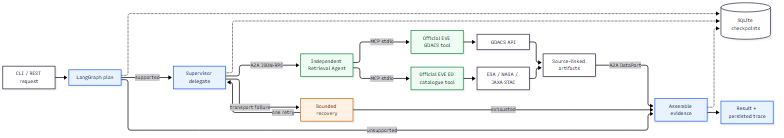
This is docs/architecture.png from YunongDai2005/eve-agent-delegation-mvp, a Mermaid export, as it was before one commit. Its source is kept beside it as docs/architecture.mmd.
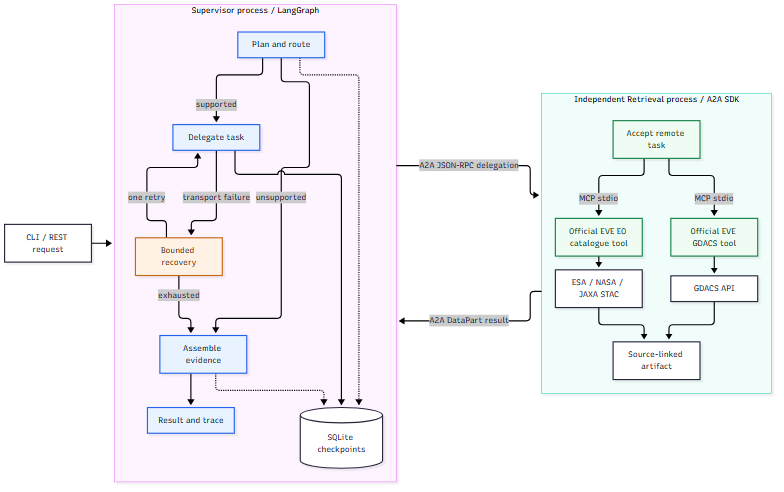
Above is the later version.

The edit, as a diff of the source:
```diff
@@ -1,5 +1,11 @@
+---
+config:
+  flowchart:
+    nodeSpacing: 24
+    rankSpacing: 30
+---
 flowchart LR
-  user[CLI / REST request] --> plan
+  user[CLI / REST request] --> supervisor
   subgraph supervisor[Supervisor process / LangGraph]
     direction TB
     plan[Plan and route] -->|supported| delegate[Delegate task]
@@ -21,8 +27,8 @@
     disasters --> evidence[Source-linked artifact]
     catalogue --> evidence
   end
-  delegate -->|A2A JSON-RPC| agent
-  evidence -->|A2A DataPart| assemble
+  supervisor -->|A2A JSON-RPC delegation| retrieval
+  retrieval -->|A2A DataPart result| supervisor
   classDef main fill:#e9f2ff,stroke:#2563eb,color:#102a43
   classDef protocol fill:#eefcf3,stroke:#16834a,color:#153b25
   classDef failure fill:#fff2e5,stroke:#c56718,color:#5b3414
```
